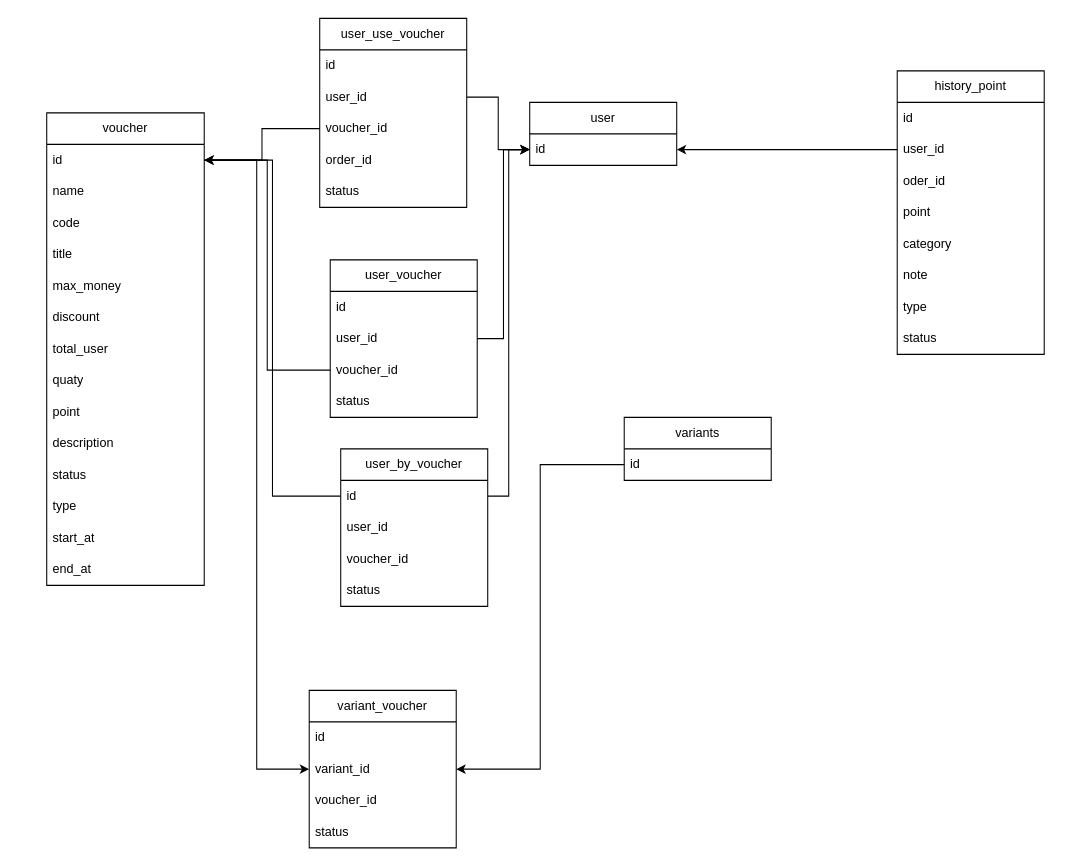
Above: Untitled Diagram.drawio in trihai306/web (draw.io), before the change. Source tidied: cells renumbered, new cells numbered last; positions are measured from the earlier drawing's top-left corner, leaving out a move shared by most shapes. Both pictures are drawn from the tidied source at 105%, with x=0, y=0 at pixel (46, 18).
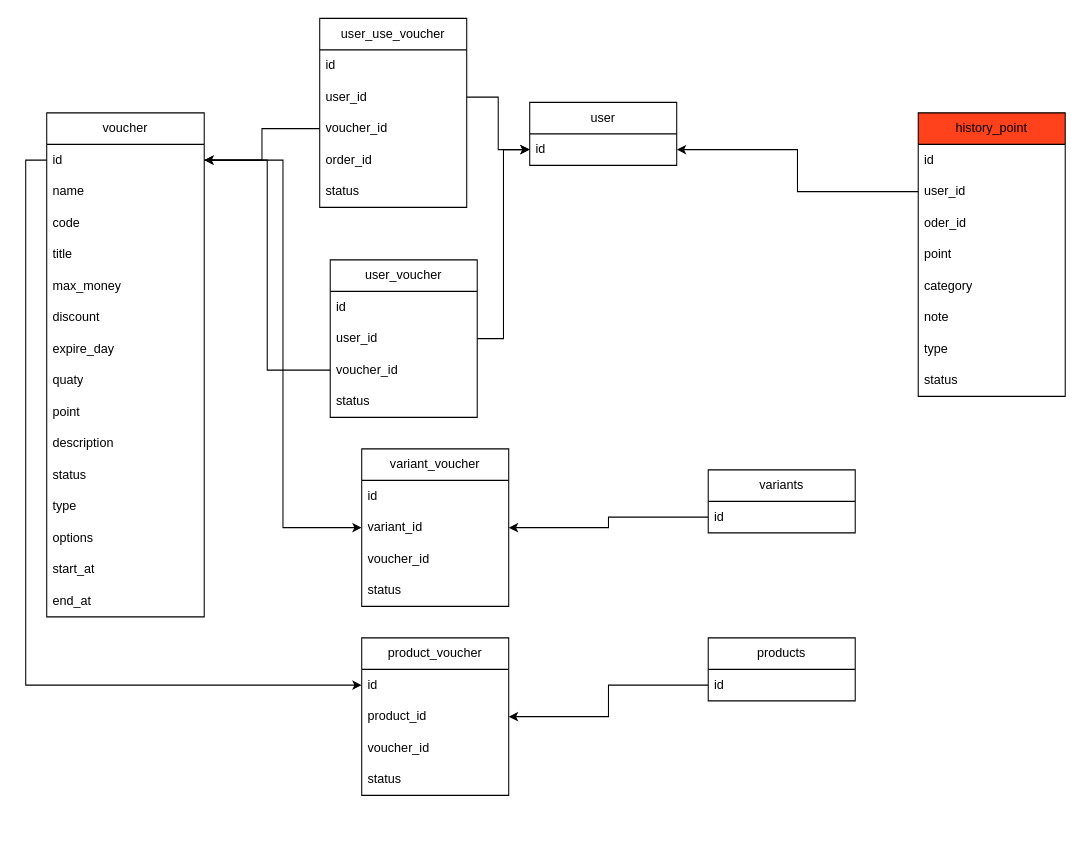
Above is the later version.

Unchanged cells that the change refers to:
```xml
<mxCell id="3" value="id" style="text;strokeColor=none;fillColor=none;align=left;verticalAlign=middle;spacingLeft=4;spacingRight=4;overflow=hidden;points=[[0,0.5],[1,0.5]];portConstraint=eastwest;whiteSpace=wrap;html=1;" parent="2" vertex="1">
  <mxGeometry y="30" width="150" height="30" as="geometry" />
</mxCell>
<mxCell id="23" value="id" style="text;strokeColor=none;fillColor=none;align=left;verticalAlign=middle;spacingLeft=4;spacingRight=4;overflow=hidden;points=[[0,0.5],[1,0.5]];portConstraint=eastwest;whiteSpace=wrap;html=1;" parent="22" vertex="1">
  <mxGeometry y="30" width="140" height="30" as="geometry" />
</mxCell>
```

What changed in the source:
```diff
@@
     <mxCell id="2" value="voucher" style="swimlane;fontStyle=0;horizontal=1;startSize=30;whiteSpace=wrap;html=1;" parent="1" vertex="1">
-      <mxGeometry y="90" width="150" height="450" as="geometry" />
+      <mxGeometry y="90" width="150" height="480" as="geometry" />
     </mxCell>
@@
-    <mxCell id="9" value="total_user" style="text;strokeColor=none;fillColor=none;align=left;verticalAlign=middle;spacingLeft=4;spacingRight=4;overflow=hidden;whiteSpace=wrap;html=1;" parent="2" vertex="1">
+    <mxCell id="9" value="expire_day" style="text;strokeColor=none;fillColor=none;align=left;verticalAlign=middle;spacingLeft=4;spacingRight=4;overflow=hidden;whiteSpace=wrap;html=1;" parent="2" vertex="1">
       <mxGeometry y="210" width="150" height="30" as="geometry" />
     </mxCell>
@@
+    <mxCell id="60" value="options" style="text;strokeColor=none;fillColor=none;align=left;verticalAlign=middle;spacingLeft=4;spacingRight=4;overflow=hidden;whiteSpace=wrap;html=1;" parent="2" vertex="1">
+      <mxGeometry y="390" width="150" height="30" as="geometry" />
+    </mxCell>
     <mxCell id="15" value="start_at" style="text;strokeColor=none;fillColor=none;align=left;verticalAlign=middle;spacingLeft=4;spacingRight=4;overflow=hidden;whiteSpace=wrap;html=1;" parent="2" vertex="1">
-      <mxGeometry y="390" width="150" height="30" as="geometry" />
+      <mxGeometry y="420" width="150" height="30" as="geometry" />
     </mxCell>
     <mxCell id="16" value="end_at" style="text;strokeColor=none;fillColor=none;align=left;verticalAlign=middle;spacingLeft=4;spacingRight=4;overflow=hidden;whiteSpace=wrap;html=1;" parent="2" vertex="1">
-      <mxGeometry y="420" width="150" height="30" as="geometry" />
+      <mxGeometry y="450" width="150" height="30" as="geometry" />
     </mxCell>
@@
-    <mxCell id="26" value="history_point" style="swimlane;fontStyle=0;horizontal=1;startSize=30;whiteSpace=wrap;html=1;" parent="1" vertex="1">
-      <mxGeometry x="810" y="50" width="140" height="270" as="geometry" />
+    <mxCell id="26" value="history_point" style="swimlane;fontStyle=0;horizontal=1;startSize=30;whiteSpace=wrap;html=1;fillColor=#FF421C;" parent="1" vertex="1">
+      <mxGeometry x="830" y="90" width="140" height="270" as="geometry" />
     </mxCell>
@@
     <mxCell id="36" value="variant_voucher" style="swimlane;fontStyle=0;horizontal=1;startSize=30;whiteSpace=wrap;html=1;" parent="1" vertex="1">
-      <mxGeometry x="250" y="640" width="140" height="150" as="geometry" />
+      <mxGeometry x="300" y="410" width="140" height="150" as="geometry" />
     </mxCell>
@@
     <mxCell id="41" value="variants" style="swimlane;fontStyle=0;horizontal=1;startSize=30;whiteSpace=wrap;html=1;" parent="1" vertex="1">
-      <mxGeometry x="550" y="380" width="140" height="60" as="geometry" />
+      <mxGeometry x="630" y="430" width="140" height="60" as="geometry" />
     </mxCell>
@@
-    <mxCell id="53" value="user_by_voucher" style="swimlane;fontStyle=0;horizontal=1;startSize=30;whiteSpace=wrap;html=1;" parent="1" vertex="1">
-      <mxGeometry x="280" y="410" width="140" height="150" as="geometry" />
-    </mxCell>
-    <mxCell id="54" value="id" style="text;strokeColor=none;fillColor=none;align=left;verticalAlign=middle;spacingLeft=4;spacingRight=4;overflow=hidden;points=[[0,0.5],[1,0.5]];portConstraint=eastwest;whiteSpace=wrap;html=1;" parent="53" vertex="1">
-      <mxGeometry y="30" width="140" height="30" as="geometry" />
-    </mxCell>
-    <mxCell id="55" value="user_id" style="text;strokeColor=none;fillColor=none;align=left;verticalAlign=middle;spacingLeft=4;spacingRight=4;overflow=hidden;whiteSpace=wrap;html=1;" parent="53" vertex="1">
-      <mxGeometry y="60" width="140" height="30" as="geometry" />
-    </mxCell>
+    <mxCell id="61" value="product_voucher" style="swimlane;fontStyle=0;horizontal=1;startSize=30;whiteSpace=wrap;html=1;" parent="1" vertex="1">
+      <mxGeometry x="300" y="590" width="140" height="150" as="geometry" />
+    </mxCell>
+    <mxCell id="62" value="id" style="text;strokeColor=none;fillColor=none;align=left;verticalAlign=middle;spacingLeft=4;spacingRight=4;overflow=hidden;points=[[0,0.5],[1,0.5]];portConstraint=eastwest;whiteSpace=wrap;html=1;" parent="61" vertex="1">
+      <mxGeometry y="30" width="140" height="30" as="geometry" />
+    </mxCell>
+    <mxCell id="63" value="product_id" style="text;strokeColor=none;fillColor=none;align=left;verticalAlign=middle;spacingLeft=4;spacingRight=4;overflow=hidden;points=[[0,0.5],[1,0.5]];portConstraint=eastwest;whiteSpace=wrap;html=1;" parent="61" vertex="1">
+      <mxGeometry y="60" width="140" height="30" as="geometry" />
+    </mxCell>
-    <mxCell id="56" value="voucher_id" style="text;strokeColor=none;fillColor=none;align=left;verticalAlign=middle;spacingLeft=4;spacingRight=4;overflow=hidden;whiteSpace=wrap;html=1;" parent="53" vertex="1">
+    <mxCell id="56" value="voucher_id" style="text;strokeColor=none;fillColor=none;align=left;verticalAlign=middle;spacingLeft=4;spacingRight=4;overflow=hidden;whiteSpace=wrap;html=1;" parent="61" vertex="1">
       <mxGeometry y="90" width="140" height="30" as="geometry" />
     </mxCell>
-    <mxCell id="57" value="status" style="text;strokeColor=none;fillColor=none;align=left;verticalAlign=middle;spacingLeft=4;spacingRight=4;overflow=hidden;whiteSpace=wrap;html=1;" parent="53" vertex="1">
+    <mxCell id="57" value="status" style="text;strokeColor=none;fillColor=none;align=left;verticalAlign=middle;spacingLeft=4;spacingRight=4;overflow=hidden;whiteSpace=wrap;html=1;" parent="61" vertex="1">
       <mxGeometry y="120" width="140" height="30" as="geometry" />
     </mxCell>
-    <mxCell id="58" style="edgeStyle=orthogonalEdgeStyle;rounded=0;jettySize=auto;html=1;exitX=1;exitY=0.5;exitDx=0;exitDy=0;" parent="1" edge="1" source="54" target="23">
-      <mxGeometry relative="1" as="geometry" />
-    </mxCell>
-    <mxCell id="59" style="edgeStyle=orthogonalEdgeStyle;rounded=0;jettySize=auto;html=1;exitX=0;exitY=0.5;exitDx=0;exitDy=0;entryX=1;entryY=0.5;entryDx=0;entryDy=0;" parent="1" edge="1" source="54" target="3">
-      <mxGeometry relative="1" as="geometry" />
-    </mxCell>
+    <mxCell id="64" value="products" style="swimlane;fontStyle=0;horizontal=1;startSize=30;whiteSpace=wrap;html=1;" parent="1" vertex="1">
+      <mxGeometry x="630" y="590" width="140" height="60" as="geometry" />
+    </mxCell>
+    <mxCell id="65" value="id" style="text;strokeColor=none;fillColor=none;align=left;verticalAlign=middle;spacingLeft=4;spacingRight=4;overflow=hidden;points=[[0,0.5],[1,0.5]];portConstraint=eastwest;whiteSpace=wrap;html=1;" parent="64" vertex="1">
+      <mxGeometry y="30" width="140" height="30" as="geometry" />
+    </mxCell>
+    <mxCell id="66" style="edgeStyle=orthogonalEdgeStyle;rounded=0;jettySize=auto;html=1;exitX=0;exitY=0.5;exitDx=0;exitDy=0;entryX=1;entryY=0.5;entryDx=0;entryDy=0;" parent="1" edge="1" source="65" target="63">
+      <mxGeometry relative="1" as="geometry" />
+    </mxCell>
+    <mxCell id="67" style="edgeStyle=orthogonalEdgeStyle;rounded=0;jettySize=auto;html=1;exitX=0;exitY=0.5;exitDx=0;exitDy=0;" parent="1" edge="1" source="3" target="62">
+      <mxGeometry relative="1" as="geometry" />
+    </mxCell>
```
